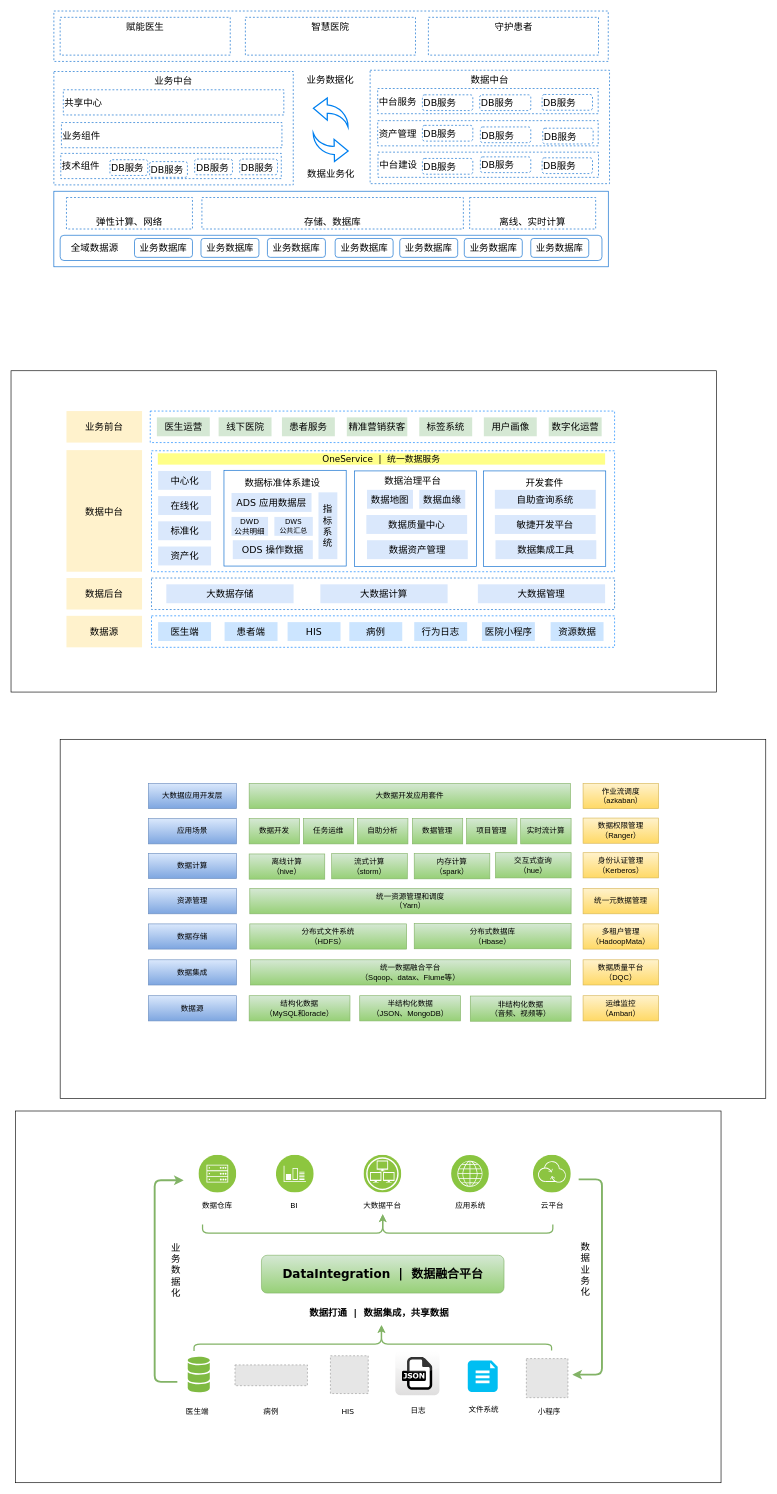
vectorxu/draw.io keeps this draw.io diagram as allinmd_data.drawio. Above is the earlier version. Source tidied: cells renumbered, new cells numbered last; positions are measured from the earlier drawing's top-left corner, leaving out a move shared by most shapes. Both pictures are drawn from the tidied source at 63%, with x=0, y=0 at pixel (11, 11). Pictures stored in the file or linked from it are replaced by grey dashed boxes.
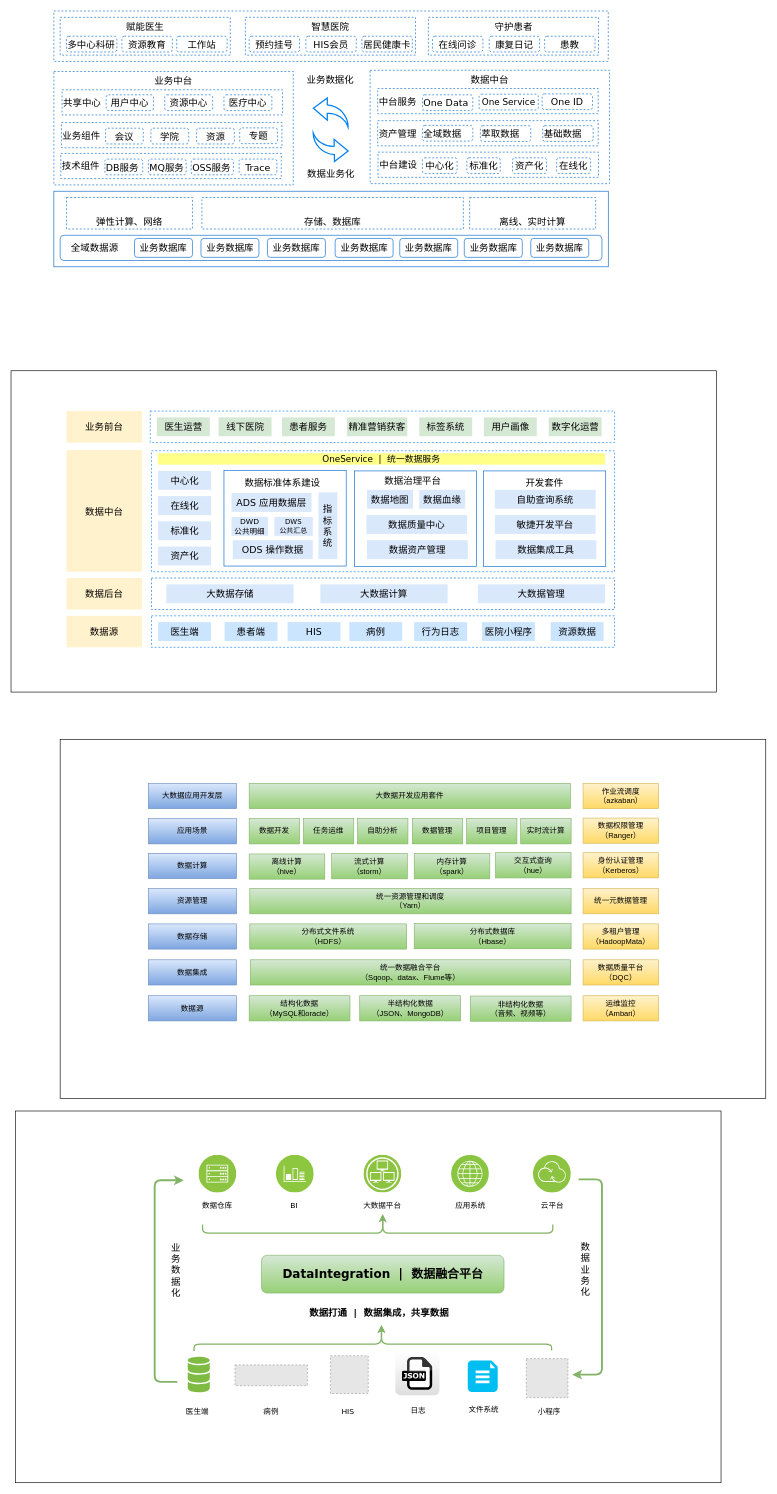
The same diagram, later.

Diff of the diagram source:
```diff
@@
     <mxCell id="142" value="共享中心" style="rounded=0;whiteSpace=wrap;html=1;dashed=1;labelBackgroundColor=none;strokeColor=#0066CC;strokeWidth=1;fillColor=#FFFFFF;gradientColor=none;fontFamily=Verdana;fontSize=15;fontColor=#000000;align=left;" parent="1" vertex="1">
-      <mxGeometry x="83" y="125" width="350" height="40" as="geometry" />
+      <mxGeometry x="81" y="125" width="350" height="40" as="geometry" />
     </mxCell>
@@
-    <mxCell id="146" value="DB服务" style="rounded=1;whiteSpace=wrap;html=1;dashed=1;labelBackgroundColor=none;strokeColor=#0066CC;strokeWidth=1;fillColor=#FFFFFF;gradientColor=none;fontFamily=Verdana;fontSize=15;fontColor=#000000;align=left;" parent="1" vertex="1">
-      <mxGeometry x="843" y="132.5" width="80" height="25" as="geometry" />
+    <mxCell id="146" value="One ID" style="rounded=1;whiteSpace=wrap;html=1;dashed=1;labelBackgroundColor=none;strokeColor=#0066CC;strokeWidth=1;fillColor=#FFFFFF;gradientColor=none;fontFamily=Verdana;fontSize=15;fontColor=#000000;align=center;" parent="1" vertex="1">
+      <mxGeometry x="843" y="131.5" width="80" height="25" as="geometry" />
     </mxCell>
-    <mxCell id="147" value="DB服务" style="rounded=1;whiteSpace=wrap;html=1;dashed=1;labelBackgroundColor=none;strokeColor=#0066CC;strokeWidth=1;fillColor=#FFFFFF;gradientColor=none;fontFamily=Verdana;fontSize=15;fontColor=#000000;align=left;" parent="1" vertex="1">
-      <mxGeometry x="291.5" y="235" width="60" height="25" as="geometry" />
+    <mxCell id="147" value="OSS服务" style="rounded=1;whiteSpace=wrap;html=1;dashed=1;labelBackgroundColor=none;strokeColor=#0066CC;strokeWidth=1;fillColor=#FFFFFF;gradientColor=none;fontFamily=Verdana;fontSize=15;fontColor=#000000;align=left;" parent="1" vertex="1">
+      <mxGeometry x="286" y="235" width="67" height="25" as="geometry" />
     </mxCell>
-    <mxCell id="148" value="DB服务" style="rounded=1;whiteSpace=wrap;html=1;dashed=1;labelBackgroundColor=none;strokeColor=#0066CC;strokeWidth=1;fillColor=#FFFFFF;gradientColor=none;fontFamily=Verdana;fontSize=15;fontColor=#000000;align=left;" parent="1" vertex="1">
-      <mxGeometry x="363" y="235" width="60" height="25" as="geometry" />
+    <mxCell id="148" value="Trace" style="rounded=1;whiteSpace=wrap;html=1;dashed=1;labelBackgroundColor=none;strokeColor=#0066CC;strokeWidth=1;fillColor=#FFFFFF;gradientColor=none;fontFamily=Verdana;fontSize=15;fontColor=#000000;align=center;" parent="1" vertex="1">
+      <mxGeometry x="362" y="235" width="60" height="25" as="geometry" />
     </mxCell>
     <mxCell id="149" value="DB服务" style="rounded=1;whiteSpace=wrap;html=1;dashed=1;labelBackgroundColor=none;strokeColor=#0066CC;strokeWidth=1;fillColor=#FFFFFF;gradientColor=none;fontFamily=Verdana;fontSize=15;fontColor=#000000;align=left;" parent="1" vertex="1">
-      <mxGeometry x="157" y="236" width="60" height="25" as="geometry" />
+      <mxGeometry x="149" y="235" width="60" height="25" as="geometry" />
     </mxCell>
-    <mxCell id="150" value="DB服务" style="rounded=1;whiteSpace=wrap;html=1;dashed=1;labelBackgroundColor=none;strokeColor=#0066CC;strokeWidth=1;fillColor=#FFFFFF;gradientColor=none;fontFamily=Verdana;fontSize=15;fontColor=#000000;align=left;" parent="1" vertex="1">
-      <mxGeometry x="744" y="133" width="81" height="25" as="geometry" />
+    <mxCell id="150" value="One Service" style="rounded=1;whiteSpace=wrap;html=1;dashed=1;labelBackgroundColor=none;strokeColor=#0066CC;strokeWidth=1;fillColor=#FFFFFF;gradientColor=none;fontFamily=Verdana;fontSize=14;fontColor=#000000;align=center;" parent="1" vertex="1">
+      <mxGeometry x="743" y="132" width="94" height="25" as="geometry" />
     </mxCell>
-    <mxCell id="151" value="DB服务" style="rounded=1;whiteSpace=wrap;html=1;dashed=1;labelBackgroundColor=none;strokeColor=#0066CC;strokeWidth=1;fillColor=#FFFFFF;gradientColor=none;fontFamily=Verdana;fontSize=15;fontColor=#000000;align=left;" parent="1" vertex="1">
-      <mxGeometry x="220" y="239" width="60" height="25" as="geometry" />
+    <mxCell id="151" value="MQ服务" style="rounded=1;whiteSpace=wrap;html=1;dashed=1;labelBackgroundColor=none;strokeColor=#0066CC;strokeWidth=1;fillColor=#FFFFFF;gradientColor=none;fontFamily=Verdana;fontSize=15;fontColor=#000000;align=left;" parent="1" vertex="1">
+      <mxGeometry x="218" y="235" width="60" height="25" as="geometry" />
     </mxCell>
-    <mxCell id="152" value="DB服务" style="rounded=1;whiteSpace=wrap;html=1;dashed=1;labelBackgroundColor=none;strokeColor=#0066CC;strokeWidth=1;fillColor=#FFFFFF;gradientColor=none;fontFamily=Verdana;fontSize=15;fontColor=#000000;align=left;" parent="1" vertex="1">
+    <mxCell id="152" value="One Data" style="rounded=1;whiteSpace=wrap;html=1;dashed=1;labelBackgroundColor=none;strokeColor=#0066CC;strokeWidth=1;fillColor=#FFFFFF;gradientColor=none;fontFamily=Verdana;fontSize=15;fontColor=#000000;align=left;" parent="1" vertex="1">
       <mxGeometry x="653" y="133" width="80" height="25" as="geometry" />
     </mxCell>
-    <mxCell id="153" value="DB服务" style="rounded=1;whiteSpace=wrap;html=1;dashed=1;labelBackgroundColor=none;strokeColor=#0066CC;strokeWidth=1;fillColor=#FFFFFF;gradientColor=none;fontFamily=Verdana;fontSize=15;fontColor=#000000;align=left;" parent="1" vertex="1">
+    <mxCell id="153" value="全域数据" style="rounded=1;whiteSpace=wrap;html=1;dashed=1;labelBackgroundColor=none;strokeColor=#0066CC;strokeWidth=1;fillColor=#FFFFFF;gradientColor=none;fontFamily=Verdana;fontSize=15;fontColor=#000000;align=left;" parent="1" vertex="1">
       <mxGeometry x="653" y="181.5" width="80" height="25" as="geometry" />
     </mxCell>
-    <mxCell id="154" value="DB服务" style="rounded=1;whiteSpace=wrap;html=1;dashed=1;labelBackgroundColor=none;strokeColor=#0066CC;strokeWidth=1;fillColor=#FFFFFF;gradientColor=none;fontFamily=Verdana;fontSize=15;fontColor=#000000;align=left;" parent="1" vertex="1">
-      <mxGeometry x="745" y="184" width="80" height="25" as="geometry" />
+    <mxCell id="154" value="萃取数据" style="rounded=1;whiteSpace=wrap;html=1;dashed=1;labelBackgroundColor=none;strokeColor=#0066CC;strokeWidth=1;fillColor=#FFFFFF;gradientColor=none;fontFamily=Verdana;fontSize=15;fontColor=#000000;align=left;" parent="1" vertex="1">
+      <mxGeometry x="745" y="182" width="80" height="25" as="geometry" />
     </mxCell>
-    <mxCell id="155" value="DB服务" style="rounded=1;whiteSpace=wrap;html=1;dashed=1;labelBackgroundColor=none;strokeColor=#0066CC;strokeWidth=1;fillColor=#FFFFFF;gradientColor=none;fontFamily=Verdana;fontSize=15;fontColor=#000000;align=left;" parent="1" vertex="1">
-      <mxGeometry x="844" y="186" width="80" height="25" as="geometry" />
+    <mxCell id="155" value="基础数据" style="rounded=1;whiteSpace=wrap;html=1;dashed=1;labelBackgroundColor=none;strokeColor=#0066CC;strokeWidth=1;fillColor=#FFFFFF;gradientColor=none;fontFamily=Verdana;fontSize=15;fontColor=#000000;align=left;" parent="1" vertex="1">
+      <mxGeometry x="844" y="182" width="80" height="25" as="geometry" />
     </mxCell>
-    <mxCell id="156" value="DB服务" style="rounded=1;whiteSpace=wrap;html=1;dashed=1;labelBackgroundColor=none;strokeColor=#0066CC;strokeWidth=1;fillColor=#FFFFFF;gradientColor=none;fontFamily=Verdana;fontSize=15;fontColor=#000000;align=left;" parent="1" vertex="1">
-      <mxGeometry x="653" y="234" width="80" height="25" as="geometry" />
+    <mxCell id="156" value="中心化" style="rounded=1;whiteSpace=wrap;html=1;dashed=1;labelBackgroundColor=none;strokeColor=#0066CC;strokeWidth=1;fillColor=#FFFFFF;gradientColor=none;fontFamily=Verdana;fontSize=15;fontColor=#000000;align=center;" parent="1" vertex="1">
+      <mxGeometry x="653" y="233" width="55" height="25" as="geometry" />
     </mxCell>
-    <mxCell id="157" value="DB服务" style="rounded=1;whiteSpace=wrap;html=1;dashed=1;labelBackgroundColor=none;strokeColor=#0066CC;strokeWidth=1;fillColor=#FFFFFF;gradientColor=none;fontFamily=Verdana;fontSize=15;fontColor=#000000;align=left;" parent="1" vertex="1">
-      <mxGeometry x="745" y="231.5" width="80" height="25" as="geometry" />
+    <mxCell id="157" value="标准化" style="rounded=1;whiteSpace=wrap;html=1;dashed=1;labelBackgroundColor=none;strokeColor=#0066CC;strokeWidth=1;fillColor=#FFFFFF;gradientColor=none;fontFamily=Verdana;fontSize=15;fontColor=#000000;align=center;" parent="1" vertex="1">
+      <mxGeometry x="723.5" y="233" width="53" height="25" as="geometry" />
     </mxCell>
-    <mxCell id="158" value="DB服务" style="rounded=1;whiteSpace=wrap;html=1;dashed=1;labelBackgroundColor=none;strokeColor=#0066CC;strokeWidth=1;fillColor=#FFFFFF;gradientColor=none;fontFamily=Verdana;fontSize=15;fontColor=#000000;align=left;" parent="1" vertex="1">
-      <mxGeometry x="843" y="233" width="80" height="25" as="geometry" />
+    <mxCell id="158" value="资产化" style="rounded=1;whiteSpace=wrap;html=1;dashed=1;labelBackgroundColor=none;strokeColor=#0066CC;strokeWidth=1;fillColor=#FFFFFF;gradientColor=none;fontFamily=Verdana;fontSize=15;fontColor=#000000;align=center;" parent="1" vertex="1">
+      <mxGeometry x="796" y="233" width="54" height="25" as="geometry" />
     </mxCell>
+    <mxCell id="159" value="多中心科研" style="rounded=1;whiteSpace=wrap;html=1;dashed=1;labelBackgroundColor=none;strokeColor=#0066CC;strokeWidth=1;fillColor=#FFFFFF;gradientColor=none;fontFamily=Verdana;fontSize=15;fontColor=#000000;align=left;" parent="1" vertex="1">
+      <mxGeometry x="88" y="40" width="80" height="25" as="geometry" />
+    </mxCell>
+    <mxCell id="160" value="资源教育" style="rounded=1;whiteSpace=wrap;html=1;dashed=1;labelBackgroundColor=none;strokeColor=#0066CC;strokeWidth=1;fillColor=#FFFFFF;gradientColor=none;fontFamily=Verdana;fontSize=15;fontColor=#000000;align=center;" parent="1" vertex="1">
+      <mxGeometry x="176" y="40" width="80" height="25" as="geometry" />
+    </mxCell>
+    <mxCell id="161" value="工作站" style="rounded=1;whiteSpace=wrap;html=1;dashed=1;labelBackgroundColor=none;strokeColor=#0066CC;strokeWidth=1;fillColor=#FFFFFF;gradientColor=none;fontFamily=Verdana;fontSize=15;fontColor=#000000;align=center;" parent="1" vertex="1">
+      <mxGeometry x="263" y="40" width="80" height="25" as="geometry" />
+    </mxCell>
+    <mxCell id="162" value="预约挂号" style="rounded=1;whiteSpace=wrap;html=1;dashed=1;labelBackgroundColor=none;strokeColor=#0066CC;strokeWidth=1;fillColor=#FFFFFF;gradientColor=none;fontFamily=Verdana;fontSize=15;fontColor=#000000;align=center;" parent="1" vertex="1">
+      <mxGeometry x="378" y="40" width="80" height="25" as="geometry" />
+    </mxCell>
+    <mxCell id="163" value="HIS会员" style="rounded=1;whiteSpace=wrap;html=1;dashed=1;labelBackgroundColor=none;strokeColor=#0066CC;strokeWidth=1;fillColor=#FFFFFF;gradientColor=none;fontFamily=Verdana;fontSize=15;fontColor=#000000;align=center;" parent="1" vertex="1">
+      <mxGeometry x="468" y="40" width="80" height="25" as="geometry" />
+    </mxCell>
+    <mxCell id="164" value="居民健康卡" style="rounded=1;whiteSpace=wrap;html=1;dashed=1;labelBackgroundColor=none;strokeColor=#0066CC;strokeWidth=1;fillColor=#FFFFFF;gradientColor=none;fontFamily=Verdana;fontSize=15;fontColor=#000000;align=center;" parent="1" vertex="1">
+      <mxGeometry x="557" y="40" width="80" height="25" as="geometry" />
+    </mxCell>
+    <mxCell id="165" value="在线问诊" style="rounded=1;whiteSpace=wrap;html=1;dashed=1;labelBackgroundColor=none;strokeColor=#0066CC;strokeWidth=1;fillColor=#FFFFFF;gradientColor=none;fontFamily=Verdana;fontSize=15;fontColor=#000000;align=center;" parent="1" vertex="1">
+      <mxGeometry x="669" y="40" width="80" height="25" as="geometry" />
+    </mxCell>
+    <mxCell id="166" value="康复日记" style="rounded=1;whiteSpace=wrap;html=1;dashed=1;labelBackgroundColor=none;strokeColor=#0066CC;strokeWidth=1;fillColor=#FFFFFF;gradientColor=none;fontFamily=Verdana;fontSize=15;fontColor=#000000;align=center;" parent="1" vertex="1">
+      <mxGeometry x="759" y="40" width="80" height="25" as="geometry" />
+    </mxCell>
+    <mxCell id="167" value="患教" style="rounded=1;whiteSpace=wrap;html=1;dashed=1;labelBackgroundColor=none;strokeColor=#0066CC;strokeWidth=1;fillColor=#FFFFFF;gradientColor=none;fontFamily=Verdana;fontSize=15;fontColor=#000000;align=center;" parent="1" vertex="1">
+      <mxGeometry x="847" y="40" width="80" height="25" as="geometry" />
+    </mxCell>
+    <mxCell id="168" value="在线化" style="rounded=1;whiteSpace=wrap;html=1;dashed=1;labelBackgroundColor=none;strokeColor=#0066CC;strokeWidth=1;fillColor=#FFFFFF;gradientColor=none;fontFamily=Verdana;fontSize=15;fontColor=#000000;align=center;" parent="1" vertex="1">
+      <mxGeometry x="866" y="233" width="54" height="25" as="geometry" />
+    </mxCell>
+    <mxCell id="169" value="用户中心" style="rounded=1;whiteSpace=wrap;html=1;dashed=1;labelBackgroundColor=none;strokeColor=#0066CC;strokeWidth=1;fillColor=#FFFFFF;gradientColor=none;fontFamily=Verdana;fontSize=15;fontColor=#000000;align=center;" parent="1" vertex="1">
+      <mxGeometry x="151" y="133" width="75" height="25" as="geometry" />
+    </mxCell>
+    <mxCell id="170" value="医疗中心" style="rounded=1;whiteSpace=wrap;html=1;dashed=1;labelBackgroundColor=none;strokeColor=#0066CC;strokeWidth=1;fillColor=#FFFFFF;gradientColor=none;fontFamily=Verdana;fontSize=15;fontColor=#000000;align=center;" parent="1" vertex="1">
+      <mxGeometry x="338" y="133" width="76" height="25" as="geometry" />
+    </mxCell>
+    <mxCell id="171" value="资源中心" style="rounded=1;whiteSpace=wrap;html=1;dashed=1;labelBackgroundColor=none;strokeColor=#0066CC;strokeWidth=1;fillColor=#FFFFFF;gradientColor=none;fontFamily=Verdana;fontSize=15;fontColor=#000000;align=center;" parent="1" vertex="1">
+      <mxGeometry x="244" y="133" width="76" height="25" as="geometry" />
+    </mxCell>
+    <mxCell id="172" value="会议" style="rounded=1;whiteSpace=wrap;html=1;dashed=1;labelBackgroundColor=none;strokeColor=#0066CC;strokeWidth=1;fillColor=#FFFFFF;gradientColor=none;fontFamily=Verdana;fontSize=15;fontColor=#000000;align=center;" parent="1" vertex="1">
+      <mxGeometry x="150" y="186" width="60" height="25" as="geometry" />
+    </mxCell>
+    <mxCell id="173" value="学院" style="rounded=1;whiteSpace=wrap;html=1;dashed=1;labelBackgroundColor=none;strokeColor=#0066CC;strokeWidth=1;fillColor=#FFFFFF;gradientColor=none;fontFamily=Verdana;fontSize=15;fontColor=#000000;align=center;" parent="1" vertex="1">
+      <mxGeometry x="222" y="186" width="60" height="25" as="geometry" />
+    </mxCell>
+    <mxCell id="174" value="资源" style="rounded=1;whiteSpace=wrap;html=1;dashed=1;labelBackgroundColor=none;strokeColor=#0066CC;strokeWidth=1;fillColor=#FFFFFF;gradientColor=none;fontFamily=Verdana;fontSize=15;fontColor=#000000;align=center;" parent="1" vertex="1">
+      <mxGeometry x="294.5" y="186" width="60" height="25" as="geometry" />
+    </mxCell>
+    <mxCell id="175" value="专题" style="rounded=1;whiteSpace=wrap;html=1;dashed=1;labelBackgroundColor=none;strokeColor=#0066CC;strokeWidth=1;fillColor=#FFFFFF;gradientColor=none;fontFamily=Verdana;fontSize=15;fontColor=#000000;align=center;" parent="1" vertex="1">
+      <mxGeometry x="363" y="185.5" width="60" height="25" as="geometry" />
+    </mxCell>
```
